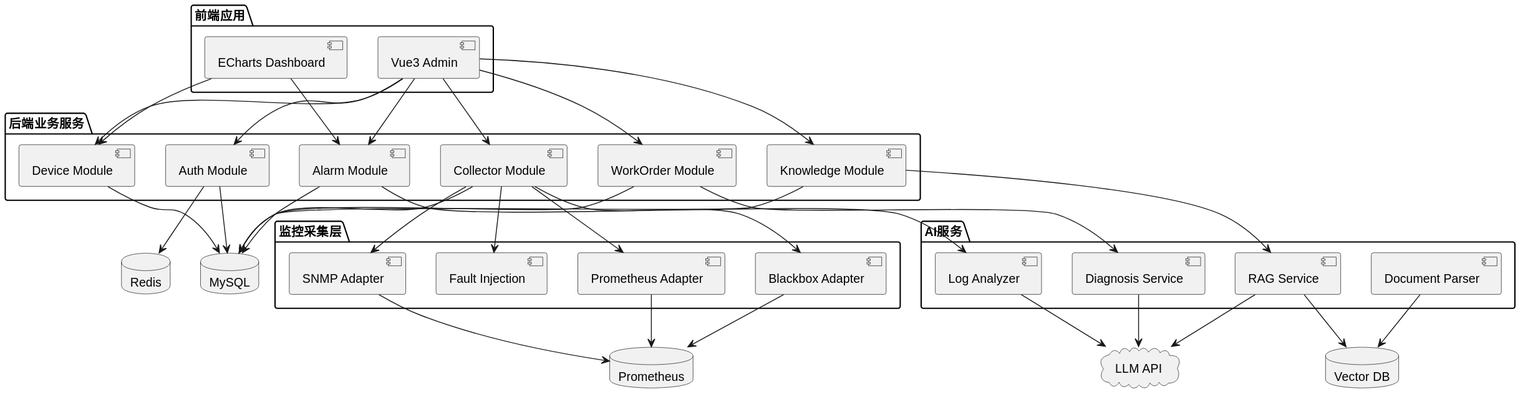
Above: docs/设计图/导出图/SVG/06_系统组件图.svg in wrj800/-itc- (PlantUML), before the change.
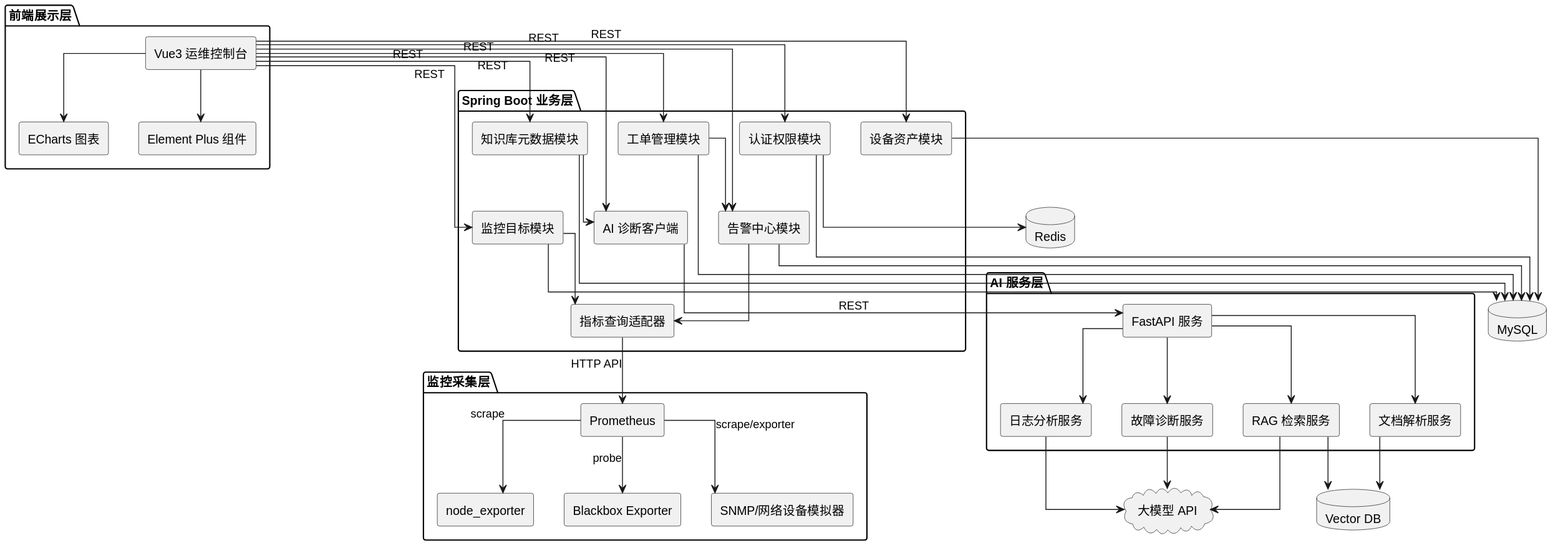
After the change.

The edit, as a diff of the source:
```diff
@@ -1,68 +1,79 @@
 @startuml
-package "前端应用" {
-  [Vue3 Admin]
-  [ECharts Dashboard]
+skinparam componentStyle rectangle
+skinparam linetype ortho
+
+package "前端展示层" {
+  [Vue3 运维控制台] as Vue
+  [Element Plus 组件] as Element
+  [ECharts 图表] as ECharts
 }
 
-package "后端业务服务" {
-  [Auth Module]
-  [Device Module]
-  [Collector Module]
-  [Alarm Module]
-  [WorkOrder Module]
-  [Knowledge Module]
+package "Spring Boot 业务层" {
+  [认证权限模块] as Auth
+  [设备资产模块] as Device
+  [监控目标模块] as Target
+  [指标查询适配器] as MetricAdapter
+  [告警中心模块] as Alarm
+  [工单管理模块] as Ticket
+  [知识库元数据模块] as Knowledge
+  [AI 诊断客户端] as AiClient
 }
 
 package "监控采集层" {
-  [Prometheus Adapter]
-  [Blackbox Adapter]
-  [SNMP Adapter]
-  [Fault Injection]
+  [Prometheus] as Prometheus
+  [node_exporter] as NodeExporter
+  [Blackbox Exporter] as Blackbox
+  [SNMP/网络设备模拟器] as SnmpSim
 }
 
-package "AI服务" {
-  [Log Analyzer]
-  [Diagnosis Service]
-  [RAG Service]
-  [Document Parser]
+package "AI 服务层" {
+  [FastAPI 服务] as FastAPI
+  [日志分析服务] as LogAnalyzer
+  [故障诊断服务] as Diagnosis
+  [RAG 检索服务] as Rag
+  [文档解析服务] as Parser
 }
 
 database "MySQL" as MySQL
 database "Redis" as Redis
 database "Vector DB" as VectorDB
-database "Prometheus" as Prometheus
-cloud "LLM API" as LLM
+cloud "大模型 API" as LLM
 
-[Vue3 Admin] --> [Auth Module]
-[Vue3 Admin] --> [Device Module]
-[Vue3 Admin] --> [Collector Module]
-[Vue3 Admin] --> [Alarm Module]
-[Vue3 Admin] --> [WorkOrder Module]
-[Vue3 Admin] --> [Knowledge Module]
-[ECharts Dashboard] --> [Device Module]
-[ECharts Dashboard] --> [Alarm Module]
+Vue --> Element
+Vue --> ECharts
+Vue --> Auth : REST
+Vue --> Device : REST
+Vue --> Target : REST
+Vue --> Alarm : REST
+Vue --> Ticket : REST
+Vue --> Knowledge : REST
+Vue --> AiClient : REST
 
-[Auth Module] --> MySQL
-[Auth Module] --> Redis
-[Device Module] --> MySQL
-[Collector Module] --> MySQL
-[Collector Module] --> [Prometheus Adapter]
-[Collector Module] --> [Blackbox Adapter]
-[Collector Module] --> [SNMP Adapter]
-[Collector Module] --> [Fault Injection]
-[Alarm Module] --> MySQL
-[WorkOrder Module] --> MySQL
-[Knowledge Module] --> MySQL
-[Knowledge Module] --> [RAG Service]
-[Alarm Module] --> [Log Analyzer]
-[WorkOrder Module] --> [Diagnosis Service]
+Auth --> MySQL
+Auth --> Redis
+Device --> MySQL
+Target --> MySQL
+Target --> MetricAdapter
+MetricAdapter --> Prometheus : HTTP API
+Alarm --> MySQL
+Alarm --> MetricAdapter
+Ticket --> MySQL
+Ticket --> Alarm
+Knowledge --> MySQL
+Knowledge --> AiClient
+AiClient --> FastAPI : REST
 
-[Log Analyzer] --> LLM
-[Diagnosis Service] --> LLM
-[RAG Service] --> VectorDB
-[RAG Service] --> LLM
-[Document Parser] --> VectorDB
-[Prometheus Adapter] --> Prometheus
-[Blackbox Adapter] --> Prometheus
-[SNMP Adapter] --> Prometheus
+Prometheus --> NodeExporter : scrape
+Prometheus --> Blackbox : probe
+Prometheus --> SnmpSim : scrape/exporter
+
+FastAPI --> LogAnalyzer
+FastAPI --> Diagnosis
+FastAPI --> Rag
+FastAPI --> Parser
+LogAnalyzer --> LLM
+Diagnosis --> LLM
+Rag --> VectorDB
+Rag --> LLM
+Parser --> VectorDB
 @enduml
```
